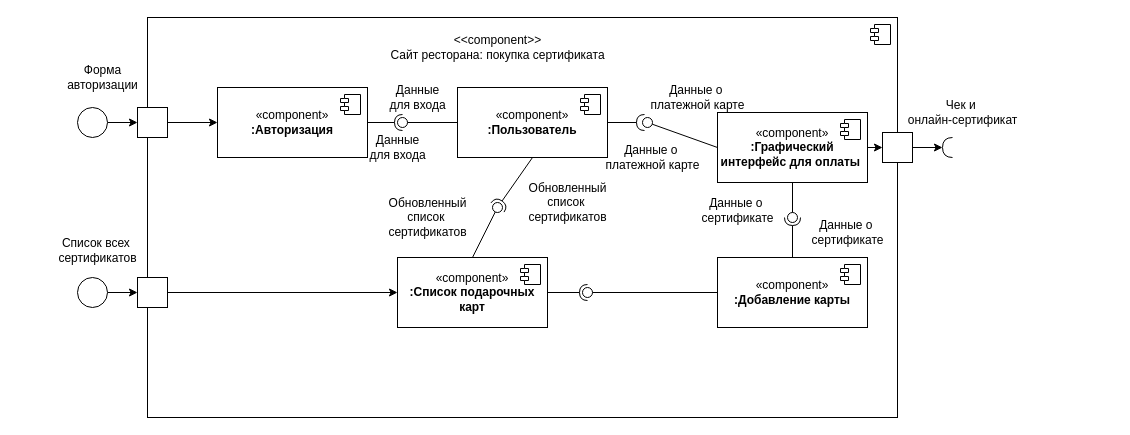
Earlier version of the draw.io diagram Диаграмма7_1.drawio (danaddi/draw.io). Source tidied: cells renumbered, new cells numbered last; positions are measured from the earlier drawing's top-left corner, leaving out a move shared by most shapes. Both pictures are drawn from the tidied source at 100%, with x=0, y=0 at pixel (47, 17).
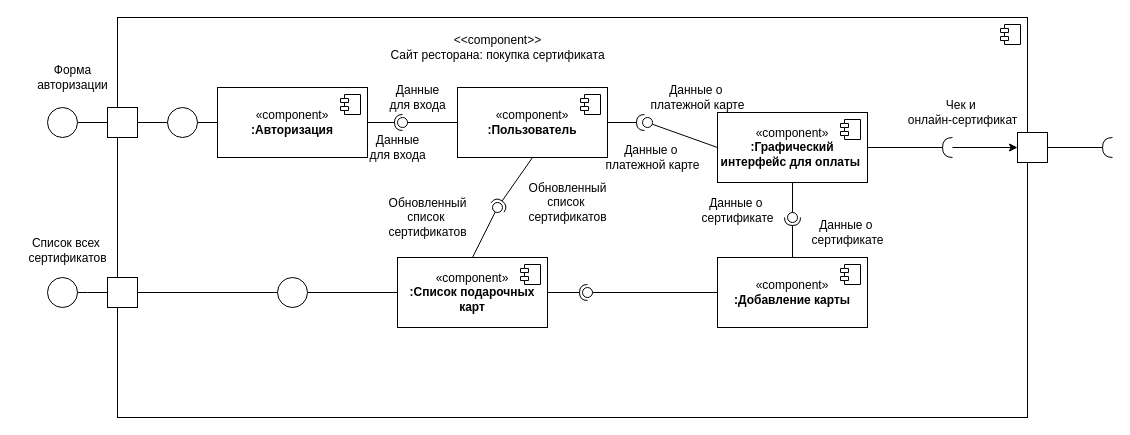
The same diagram, later.

Unchanged cells that the change refers to:
```xml
<mxCell id="9" value="«component»&lt;br&gt;&lt;b&gt;:Авторизация&lt;/b&gt;" style="html=1;whiteSpace=wrap;" parent="1" vertex="1">
  <mxGeometry x="170" y="70" width="150" height="70" as="geometry" />
</mxCell>
<mxCell id="19" value="«component»&lt;br&gt;&lt;b&gt;:Графический интерфейс для оплаты&amp;nbsp;&lt;/b&gt;" style="html=1;whiteSpace=wrap;" parent="1" vertex="1">
  <mxGeometry x="670" y="95" width="150" height="70" as="geometry" />
</mxCell>
<mxCell id="34" value="«component»&lt;br&gt;&lt;b&gt;:Список подарочных карт&lt;/b&gt;" style="html=1;whiteSpace=wrap;" parent="1" vertex="1">
  <mxGeometry x="350" y="240" width="150" height="70" as="geometry" />
</mxCell>
<mxCell id="39" style="shape=requiredInterface;html=1;verticalLabelPosition=bottom;sketch=0;direction=south;rotation=90;" parent="1" vertex="1">
  <mxGeometry x="890" y="125" width="20" height="10" as="geometry" />
</mxCell>
```

What changed in the source:
```diff
@@
     <mxCell id="2" style="html=1;whiteSpace=wrap;" parent="1" vertex="1">
-      <mxGeometry x="100" width="750" height="400" as="geometry" />
+      <mxGeometry x="70" width="910" height="400" as="geometry" />
     </mxCell>
@@
-    <mxCell id="4" style="edgeStyle=orthogonalEdgeStyle;rounded=0;jettySize=auto;html=1;" parent="1" edge="1" source="5" target="7">
+    <mxCell id="4" style="edgeStyle=orthogonalEdgeStyle;rounded=0;jettySize=auto;html=1;endArrow=none;startFill=0;" parent="1" edge="1" source="5" target="7">
       <mxGeometry relative="1" as="geometry" />
     </mxCell>
     <mxCell id="5" style="ellipse;" parent="1" vertex="1">
-      <mxGeometry x="30" y="90" width="30" height="30" as="geometry" />
+      <mxGeometry y="90" width="30" height="30" as="geometry" />
     </mxCell>
-    <mxCell id="6" style="edgeStyle=orthogonalEdgeStyle;rounded=0;jettySize=auto;html=1;" parent="1" edge="1" source="7" target="9">
-      <mxGeometry relative="1" as="geometry" />
-    </mxCell>
+    <mxCell id="53" style="edgeStyle=orthogonalEdgeStyle;rounded=0;jettySize=auto;html=1;exitX=1;exitY=0.5;exitDx=0;exitDy=0;entryX=0;entryY=0.5;entryDx=0;entryDy=0;endArrow=none;startFill=0;" parent="1" edge="1" source="7" target="58">
+      <mxGeometry relative="1" as="geometry" />
+    </mxCell>
     <mxCell id="7" style="html=1;rounded=0;" parent="1" vertex="1">
-      <mxGeometry x="90" y="90" width="30" height="30" as="geometry" />
+      <mxGeometry x="60" y="90" width="30" height="30" as="geometry" />
     </mxCell>
     <mxCell id="8" value="Форма&lt;div&gt;авторизации&lt;/div&gt;" style="text;html=1;align=center;verticalAlign=middle;strokeColor=none;fillColor=none;" parent="1" vertex="1">
-      <mxGeometry x="10" y="40" width="90" height="40" as="geometry" />
+      <mxGeometry x="-20" y="40" width="90" height="40" as="geometry" />
     </mxCell>
@@
-    <mxCell id="18" style="edgeStyle=orthogonalEdgeStyle;rounded=0;jettySize=auto;html=1;exitX=1;exitY=0.5;exitDx=0;exitDy=0;entryX=0;entryY=0.5;entryDx=0;entryDy=0;" parent="1" edge="1" source="19" target="46">
+    <mxCell id="18" style="edgeStyle=orthogonalEdgeStyle;rounded=0;jettySize=auto;html=1;exitX=1;exitY=0.5;exitDx=0;exitDy=0;exitPerimeter=0;entryX=1;entryY=0.5;entryDx=0;entryDy=0;endArrow=none;startFill=0;" parent="1" edge="1" source="39" target="19">
       <mxGeometry relative="1" as="geometry" />
     </mxCell>
@@
+    <mxCell id="54" style="edgeStyle=orthogonalEdgeStyle;rounded=0;jettySize=auto;html=1;entryX=0;entryY=0.5;entryDx=0;entryDy=0;" parent="1" edge="1" source="39" target="46">
+      <mxGeometry relative="1" as="geometry" />
+    </mxCell>
@@
-    <mxCell id="40" style="edgeStyle=orthogonalEdgeStyle;rounded=0;jettySize=auto;html=1;exitX=1;exitY=0.5;exitDx=0;exitDy=0;entryX=0;entryY=0.5;entryDx=0;entryDy=0;" parent="1" edge="1" source="41" target="43">
-      <mxGeometry relative="1" as="geometry" />
+    <mxCell id="40" style="edgeStyle=orthogonalEdgeStyle;rounded=0;jettySize=auto;html=1;exitX=1;exitY=0.5;exitDx=0;exitDy=0;entryX=0;entryY=0.5;entryDx=0;entryDy=0;endArrow=none;startFill=0;" parent="1" edge="1" source="41" target="43">
+      <mxGeometry relative="1" as="geometry">
+        <Array as="points">
+          <mxPoint x="40" y="275" />
+          <mxPoint x="40" y="275" />
+        </Array>
+      </mxGeometry>
     </mxCell>
     <mxCell id="41" style="ellipse;" parent="1" vertex="1">
-      <mxGeometry x="30" y="260" width="30" height="30" as="geometry" />
+      <mxGeometry y="260" width="30" height="30" as="geometry" />
     </mxCell>
-    <mxCell id="42" style="edgeStyle=orthogonalEdgeStyle;rounded=0;jettySize=auto;html=1;exitX=1;exitY=0.5;exitDx=0;exitDy=0;" parent="1" edge="1" source="43" target="34">
+    <mxCell id="42" style="edgeStyle=orthogonalEdgeStyle;rounded=0;jettySize=auto;html=1;exitX=1;exitY=0.5;exitDx=0;exitDy=0;endArrow=none;startFill=0;" parent="1" edge="1" source="60" target="34">
       <mxGeometry relative="1" as="geometry" />
     </mxCell>
     <mxCell id="43" style="html=1;rounded=0;" parent="1" vertex="1">
-      <mxGeometry x="90" y="260" width="30" height="30" as="geometry" />
+      <mxGeometry x="60" y="260" width="30" height="30" as="geometry" />
     </mxCell>
     <mxCell id="44" value="Список всех&amp;nbsp;&lt;div&gt;сертификатов&lt;/div&gt;" style="text;html=1;align=center;verticalAlign=middle;strokeColor=none;fillColor=none;" parent="1" vertex="1">
-      <mxGeometry y="213" width="100" height="40" as="geometry" />
+      <mxGeometry x="-30" y="213" width="100" height="40" as="geometry" />
     </mxCell>
@@
     <mxCell id="46" style="html=1;rounded=0;" parent="1" vertex="1">
-      <mxGeometry x="835" y="115" width="30" height="30" as="geometry" />
+      <mxGeometry x="970" y="115" width="30" height="30" as="geometry" />
     </mxCell>
-    <mxCell id="47" style="edgeStyle=orthogonalEdgeStyle;rounded=0;jettySize=auto;html=1;exitX=1;exitY=0.5;exitDx=0;exitDy=0;entryX=1;entryY=0.5;entryDx=0;entryDy=0;entryPerimeter=0;" parent="1" edge="1" source="46" target="39">
-      <mxGeometry relative="1" as="geometry" />
-    </mxCell>
@@
+    <mxCell id="55" style="shape=requiredInterface;html=1;verticalLabelPosition=bottom;sketch=0;direction=south;rotation=90;" parent="1" vertex="1">
+      <mxGeometry x="1050" y="125" width="20" height="10" as="geometry" />
+    </mxCell>
+    <mxCell id="56" style="edgeStyle=orthogonalEdgeStyle;rounded=0;jettySize=auto;html=1;entryX=1;entryY=0.5;entryDx=0;entryDy=0;entryPerimeter=0;endArrow=none;startFill=0;" parent="1" edge="1" source="46" target="55">
+      <mxGeometry relative="1" as="geometry" />
+    </mxCell>
+    <mxCell id="57" style="edgeStyle=orthogonalEdgeStyle;rounded=0;jettySize=auto;html=1;endArrow=none;startFill=0;" parent="1" edge="1" source="58" target="9">
+      <mxGeometry relative="1" as="geometry" />
+    </mxCell>
+    <mxCell id="58" style="ellipse;" parent="1" vertex="1">
+      <mxGeometry x="120" y="90" width="30" height="30" as="geometry" />
+    </mxCell>
+    <mxCell id="59" style="edgeStyle=orthogonalEdgeStyle;rounded=0;jettySize=auto;html=1;exitX=1;exitY=0.5;exitDx=0;exitDy=0;endArrow=none;startFill=0;" parent="1" edge="1" source="43" target="60">
+      <mxGeometry relative="1" as="geometry" />
+    </mxCell>
+    <mxCell id="60" style="ellipse;" parent="1" vertex="1">
+      <mxGeometry x="230" y="260" width="30" height="30" as="geometry" />
+    </mxCell>
```
